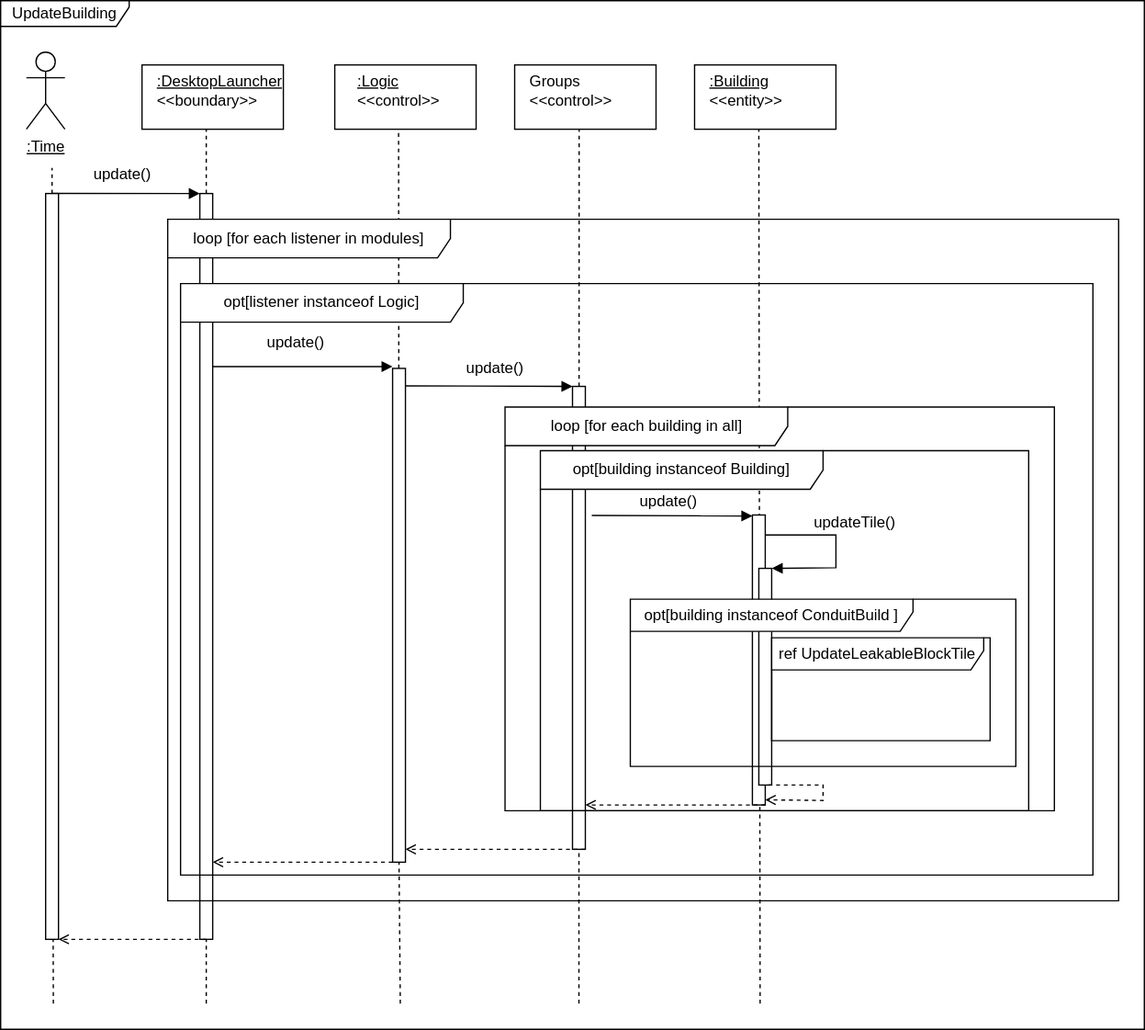
Before: SE202526/Milestone3/UserStory2/assets/seqUpdateBuilding.svg, a diagram exported from draw.io (gabits17/Mindustry-Add-ons-SE-Project). Source tidied: cells renumbered, new cells last; positions are measured from the earlier drawing's top-left corner, leaving out a move shared by most shapes.
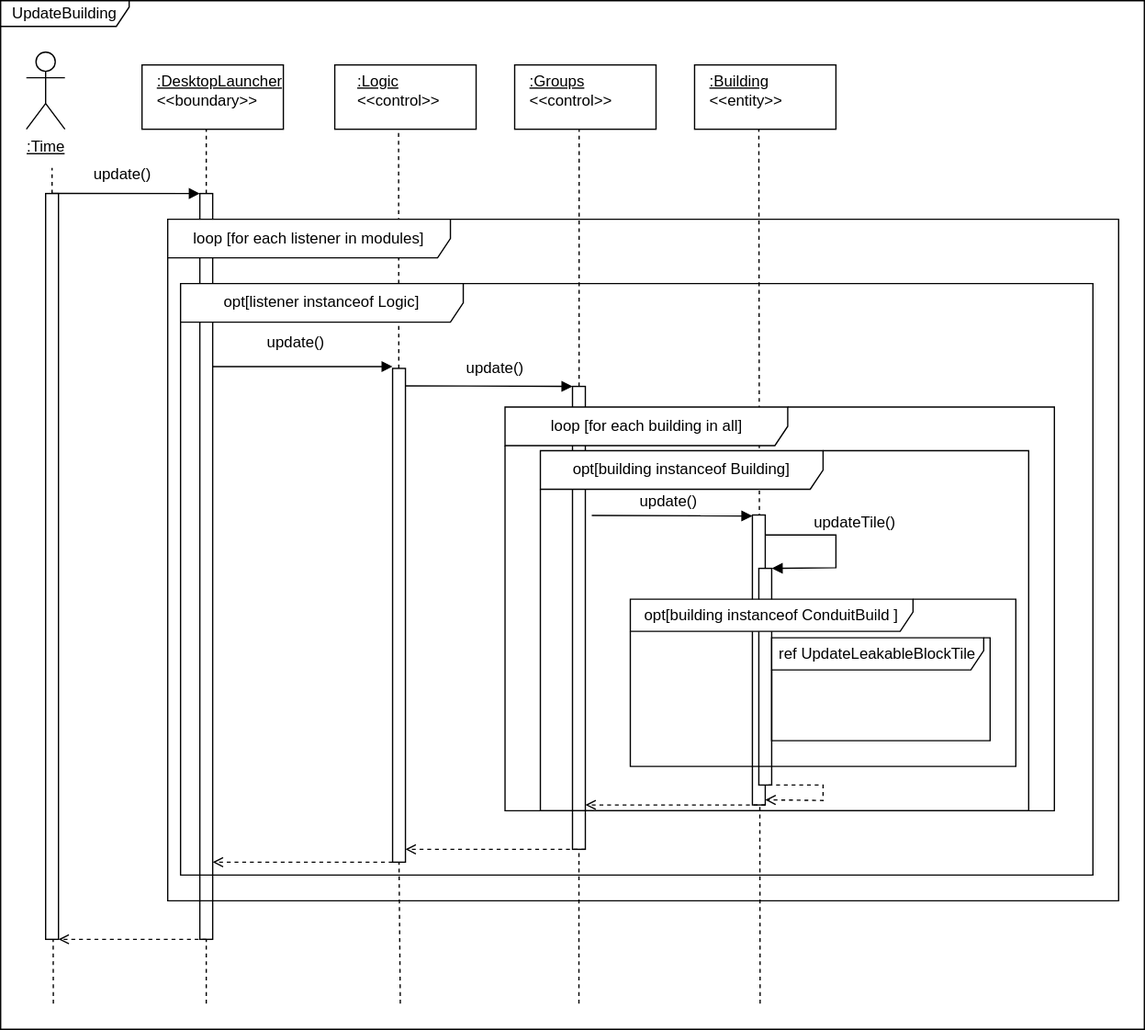
Above is the later version.

Change to the diagram source:
```diff
@@ -28,7 +28,7 @@
     <mxCell id="9" value="&lt;div style=&quot;text-align: left;&quot;&gt;&lt;br&gt;&lt;/div&gt;" style="rounded=0;whiteSpace=wrap;html=1;" parent="1" vertex="1">
       <mxGeometry x="400" y="50" width="110" height="50" as="geometry" />
     </mxCell>
-    <mxCell id="10" value="&lt;div style=&quot;&quot;&gt;&lt;div&gt;Groups&lt;/div&gt;&lt;div&gt;&amp;lt;&amp;lt;control&amp;gt;&amp;gt;&lt;/div&gt;&lt;/div&gt;" style="text;html=1;whiteSpace=wrap;strokeColor=none;fillColor=none;align=left;verticalAlign=middle;rounded=0;" parent="1" vertex="1">
+    <mxCell id="10" value="&lt;div style=&quot;&quot;&gt;&lt;div&gt;&lt;u&gt;:Groups&lt;/u&gt;&lt;/div&gt;&lt;div&gt;&amp;lt;&amp;lt;control&amp;gt;&amp;gt;&lt;/div&gt;&lt;/div&gt;" style="text;html=1;whiteSpace=wrap;strokeColor=none;fillColor=none;align=left;verticalAlign=middle;rounded=0;" parent="1" vertex="1">
       <mxGeometry x="410" y="55" width="60" height="30" as="geometry" />
     </mxCell>
     <mxCell id="11" style="endArrow=none;dashed=1;html=1;rounded=0;" parent="1" edge="1" source="42">
```
